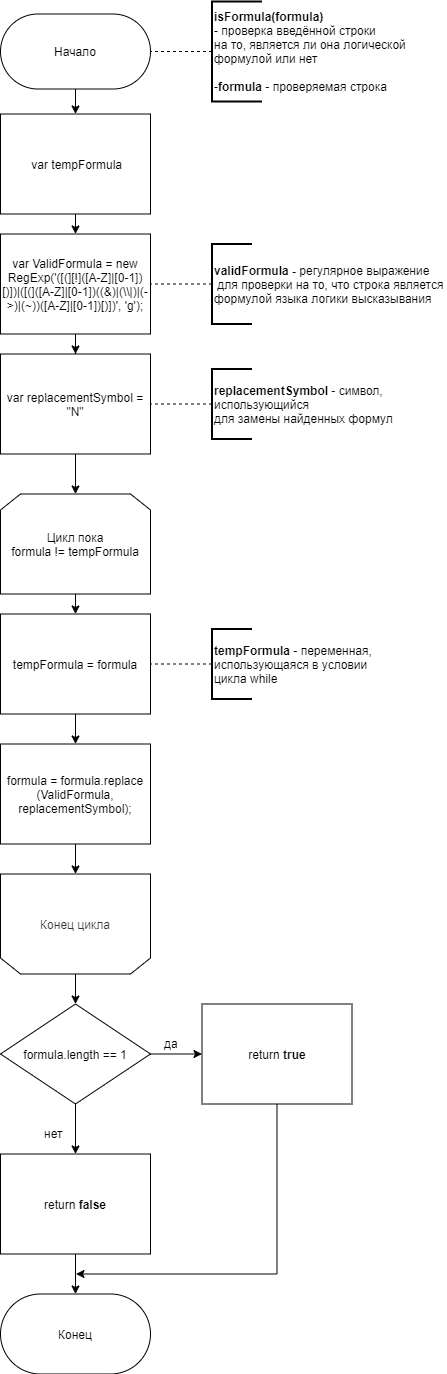
This is LR1/report/isFormula.PNG from Kuzzzya99/LOIS, a draw.io export, as it was before one commit. Source tidied: cells renumbered, new cells last; positions are measured from the earlier drawing's top-left corner, leaving out a move shared by most shapes.
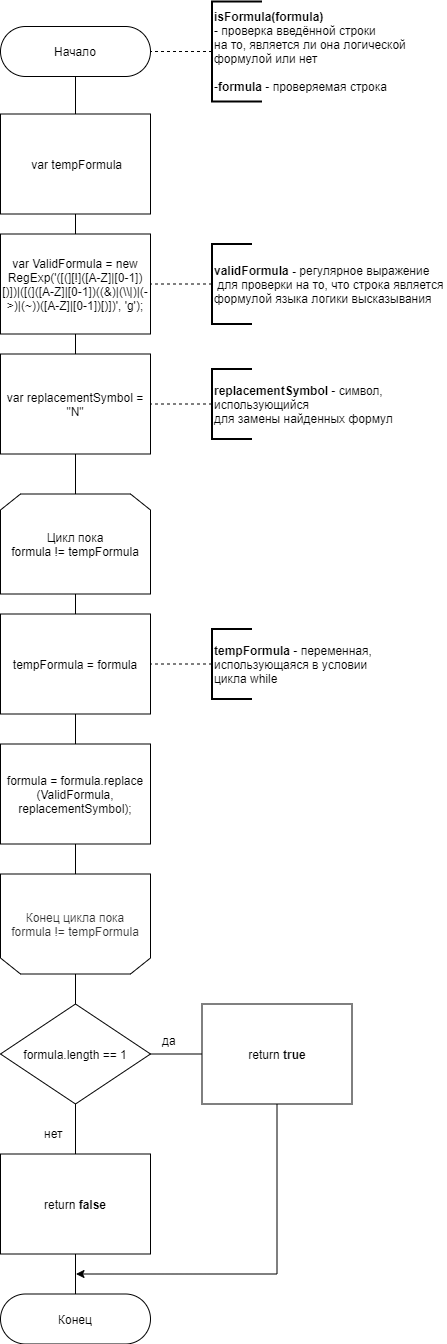
Later version of the same file.

Change to the diagram source:
```diff
@@ -5,7 +5,7 @@
     <mxCell id="2" value="&amp;nbsp;var tempFormula" style="rounded=0;whiteSpace=wrap;html=1;fillColor=#ffffff;" parent="1" vertex="1">
       <mxGeometry y="112.5" width="150" height="100" as="geometry" />
     </mxCell>
-    <mxCell id="3" style="edgeStyle=orthogonalEdgeStyle;rounded=0;jettySize=auto;html=1;endArrow=classic;endFill=1;" parent="1" edge="1" target="7">
+    <mxCell id="3" style="edgeStyle=orthogonalEdgeStyle;rounded=0;jettySize=auto;html=1;endArrow=none;endFill=0;" parent="1" edge="1" target="7">
       <mxGeometry relative="1" as="geometry">
         <mxPoint x="75" y="582.5" as="sourcePoint" />
       </mxGeometry>
@@ -13,10 +13,10 @@
     <mxCell id="4" value="Цикл пока&lt;br&gt;formula != tempFormula&lt;br&gt;" style="shape=loopLimit;whiteSpace=wrap;html=1;" parent="1" vertex="1">
       <mxGeometry y="492.5" width="150" height="100" as="geometry" />
     </mxCell>
-    <mxCell id="5" style="edgeStyle=orthogonalEdgeStyle;rounded=0;jettySize=auto;html=1;" parent="1" edge="1" source="6" target="23">
+    <mxCell id="5" style="edgeStyle=orthogonalEdgeStyle;rounded=0;jettySize=auto;html=1;endArrow=none;endFill=0;" parent="1" edge="1" source="6" target="23">
       <mxGeometry relative="1" as="geometry" />
     </mxCell>
-    <mxCell id="6" value="Конец цикла" style="shape=loopLimit;whiteSpace=wrap;html=1;rotation=0;textOpacity=80;direction=east;flipH=0;flipV=1;" parent="1" vertex="1">
+    <mxCell id="6" value="Конец цикла пока&lt;br&gt;formula != tempFormula" style="shape=loopLimit;whiteSpace=wrap;html=1;rotation=0;textOpacity=80;direction=east;flipH=0;flipV=1;" parent="1" vertex="1">
       <mxGeometry y="872.5" width="150" height="100" as="geometry" />
     </mxCell>
     <mxCell id="7" value="tempFormula = formula" style="rounded=0;whiteSpace=wrap;html=1;" parent="1" vertex="1">
@@ -25,11 +25,11 @@
     <mxCell id="8" value="formula = formula.replace&lt;br&gt;(ValidFormula, replacementSymbol);" style="rounded=0;whiteSpace=wrap;html=1;" parent="1" vertex="1">
       <mxGeometry y="742.5" width="150" height="100" as="geometry" />
     </mxCell>
-    <mxCell id="9" style="edgeStyle=orthogonalEdgeStyle;rounded=0;jettySize=auto;html=1;endArrow=classic;endFill=1;" parent="1" edge="1" source="10" target="2">
+    <mxCell id="9" style="edgeStyle=orthogonalEdgeStyle;rounded=0;jettySize=auto;html=1;endArrow=none;endFill=0;" parent="1" edge="1" source="10" target="2">
       <mxGeometry relative="1" as="geometry" />
     </mxCell>
     <mxCell id="10" value="Начало&lt;br&gt;" style="whiteSpace=wrap;html=1;rounded=1;arcSize=50;align=center;verticalAlign=middle;strokeWidth=1;spacing=4;" parent="1" vertex="1">
-      <mxGeometry y="12.5" width="150" height="75" as="geometry" />
+      <mxGeometry y="25" width="150" height="50" as="geometry" />
     </mxCell>
     <mxCell id="11" style="edgeStyle=orthogonalEdgeStyle;rounded=0;jettySize=auto;html=1;endArrow=none;endFill=0;dashed=1;" parent="1" edge="1" source="12" target="10">
       <mxGeometry relative="1" as="geometry" />
@@ -37,7 +37,7 @@
     <mxCell id="12" value="&lt;div style=&quot;text-align: left&quot;&gt;&lt;b&gt;isFormula(formula)&lt;/b&gt;&lt;/div&gt;&lt;div style=&quot;text-align: left&quot;&gt;- проверка введённой строки&amp;nbsp;&lt;/div&gt;&lt;div style=&quot;text-align: left&quot;&gt;на то,&amp;nbsp;&lt;span&gt;является ли она логической&amp;nbsp;&lt;/span&gt;&lt;/div&gt;&lt;div style=&quot;text-align: left&quot;&gt;&lt;span&gt;формулой&amp;nbsp;&lt;/span&gt;&lt;span&gt;или нет&lt;/span&gt;&lt;/div&gt;&lt;div style=&quot;text-align: left&quot;&gt;&lt;span&gt;&lt;br&gt;&lt;/span&gt;&lt;/div&gt;&lt;div style=&quot;text-align: left&quot;&gt;-&lt;b&gt;formula&lt;/b&gt;&amp;nbsp;- проверяемая строка&lt;/div&gt;" style="strokeWidth=2;html=1;shape=mxgraph.flowchart.annotation_1;align=left;" parent="1" vertex="1">
       <mxGeometry x="211.5" width="50" height="100" as="geometry" />
     </mxCell>
-    <mxCell id="13" style="edgeStyle=orthogonalEdgeStyle;rounded=0;jettySize=auto;html=1;endArrow=classic;endFill=1;" parent="1" edge="1" source="14" target="18">
+    <mxCell id="13" style="edgeStyle=orthogonalEdgeStyle;rounded=0;jettySize=auto;html=1;endArrow=none;endFill=0;" parent="1" edge="1" source="14" target="18">
       <mxGeometry relative="1" as="geometry" />
     </mxCell>
     <mxCell id="14" value="var ValidFormula = new RegExp('([(][!]([A-Z]|[0-1])[)])|([(]([A-Z]|[0-1])((&amp;amp;)|(\\|)|(-&amp;gt;)|(~))([A-Z]|[0-1])[)])', 'g');" style="rounded=0;whiteSpace=wrap;html=1;" parent="1" vertex="1">
@@ -49,7 +49,7 @@
     <mxCell id="16" value="&lt;div style=&quot;text-align: left&quot;&gt;&lt;b&gt;validFormula -&lt;/b&gt;&amp;nbsp;регулярное выражение&lt;/div&gt;&lt;div style=&quot;text-align: left&quot;&gt;&amp;nbsp;для&amp;nbsp;&lt;span&gt;проверки на то,&amp;nbsp;&lt;/span&gt;&lt;span&gt;что строка является&amp;nbsp;&lt;/span&gt;&lt;/div&gt;&lt;div style=&quot;text-align: left&quot;&gt;&lt;span&gt;формулой языка логики высказывания&lt;/span&gt;&lt;/div&gt;" style="strokeWidth=2;html=1;shape=mxgraph.flowchart.annotation_1;align=left;" parent="1" vertex="1">
       <mxGeometry x="211.5" y="242.5" width="40" height="80" as="geometry" />
     </mxCell>
-    <mxCell id="17" style="edgeStyle=orthogonalEdgeStyle;rounded=0;jettySize=auto;html=1;endArrow=classic;endFill=1;" parent="1" edge="1" source="18" target="4">
+    <mxCell id="17" style="edgeStyle=orthogonalEdgeStyle;rounded=0;jettySize=auto;html=1;endArrow=none;endFill=0;" parent="1" edge="1" source="18" target="4">
       <mxGeometry relative="1" as="geometry" />
     </mxCell>
     <mxCell id="18" value="var replacementSymbol = &quot;N&quot;" style="rounded=0;whiteSpace=wrap;html=1;" parent="1" vertex="1">
@@ -61,10 +61,10 @@
     <mxCell id="20" value="&lt;b&gt;replacementSymbol&lt;/b&gt;&amp;nbsp;- символ,&lt;br&gt;использующийся&lt;br&gt;для замены найденных формул&lt;br&gt;" style="strokeWidth=2;html=1;shape=mxgraph.flowchart.annotation_1;align=left;" parent="1" vertex="1">
       <mxGeometry x="211.5" y="367.5" width="40" height="70" as="geometry" />
     </mxCell>
-    <mxCell id="21" style="edgeStyle=orthogonalEdgeStyle;rounded=0;jettySize=auto;html=1;" parent="1" edge="1" source="23" target="30">
+    <mxCell id="21" style="edgeStyle=orthogonalEdgeStyle;rounded=0;jettySize=auto;html=1;endArrow=none;endFill=0;" parent="1" edge="1" source="23" target="30">
       <mxGeometry relative="1" as="geometry" />
     </mxCell>
-    <mxCell id="22" style="edgeStyle=orthogonalEdgeStyle;rounded=0;jettySize=auto;html=1;" parent="1" edge="1" source="23" target="28">
+    <mxCell id="22" style="edgeStyle=orthogonalEdgeStyle;rounded=0;jettySize=auto;html=1;endArrow=none;endFill=0;" parent="1" edge="1" source="23" target="28">
       <mxGeometry relative="1" as="geometry" />
     </mxCell>
     <mxCell id="23" value="formula.length == 1" style="strokeWidth=1;html=1;shape=mxgraph.flowchart.decision;whiteSpace=wrap;" parent="1" vertex="1">
@@ -80,28 +80,28 @@
       <mxGeometry x="211.5" y="627.5" width="40" height="70" as="geometry" />
     </mxCell>
     <mxCell id="27" value="Конец&lt;br&gt;" style="whiteSpace=wrap;html=1;rounded=1;arcSize=50;align=center;verticalAlign=middle;strokeWidth=1;spacing=4;" parent="1" vertex="1">
-      <mxGeometry y="1292.5" width="150" height="80" as="geometry" />
+      <mxGeometry y="1292.5" width="150" height="50" as="geometry" />
     </mxCell>
     <mxCell id="28" value="return &lt;b&gt;true&lt;/b&gt;" style="rounded=0;whiteSpace=wrap;html=1;strokeWidth=1;" parent="1" vertex="1">
       <mxGeometry x="201.5" y="1002.5" width="150" height="100" as="geometry" />
     </mxCell>
-    <mxCell id="29" style="edgeStyle=orthogonalEdgeStyle;rounded=0;jettySize=auto;html=1;" parent="1" edge="1" source="30" target="27">
+    <mxCell id="29" style="edgeStyle=orthogonalEdgeStyle;rounded=0;jettySize=auto;html=1;endArrow=none;endFill=0;" parent="1" edge="1" source="30" target="27">
       <mxGeometry relative="1" as="geometry" />
     </mxCell>
     <mxCell id="30" value="return &lt;b&gt;false&lt;/b&gt;" style="rounded=0;whiteSpace=wrap;html=1;strokeWidth=1;" parent="1" vertex="1">
       <mxGeometry y="1152.5" width="150" height="100" as="geometry" />
     </mxCell>
-    <mxCell id="31" style="endArrow=classic;html=1;entryX=0.5;entryY=0;entryDx=0;entryDy=0;exitX=0.5;exitY=1;exitDx=0;exitDy=0;" parent="1" edge="1" source="2" target="14">
+    <mxCell id="31" style="endArrow=none;html=1;entryX=0.5;entryY=0;entryDx=0;entryDy=0;exitX=0.5;exitY=1;exitDx=0;exitDy=0;endFill=0;" parent="1" edge="1" source="2" target="14">
       <mxGeometry relative="1" as="geometry" />
     </mxCell>
-    <mxCell id="32" style="endArrow=classic;html=1;entryX=0.5;entryY=0;entryDx=0;entryDy=0;exitX=0.5;exitY=1;exitDx=0;exitDy=0;" parent="1" edge="1" source="7" target="8">
+    <mxCell id="32" style="endArrow=none;html=1;entryX=0.5;entryY=0;entryDx=0;entryDy=0;exitX=0.5;exitY=1;exitDx=0;exitDy=0;endFill=0;" parent="1" edge="1" source="7" target="8">
       <mxGeometry relative="1" as="geometry" />
     </mxCell>
-    <mxCell id="33" style="endArrow=classic;html=1;exitX=0.5;exitY=1;exitDx=0;exitDy=0;" parent="1" edge="1" source="8" target="6">
+    <mxCell id="33" style="endArrow=none;html=1;exitX=0.5;exitY=1;exitDx=0;exitDy=0;endFill=0;" parent="1" edge="1" source="8" target="6">
       <mxGeometry relative="1" as="geometry" />
     </mxCell>
     <mxCell id="34" value="да&lt;br&gt;" style="text;html=1;align=left;verticalAlign=top;spacingTop=-4;" parent="1" vertex="1">
-      <mxGeometry x="161.5" y="1032.5" width="30" height="20" as="geometry" />
+      <mxGeometry x="160" y="1030" width="30" height="20" as="geometry" />
     </mxCell>
     <mxCell id="35" style="edgeStyle=orthogonalEdgeStyle;rounded=0;jettySize=auto;html=1;exitX=0.5;exitY=1;exitDx=0;exitDy=0;" parent="1" edge="1" source="28">
       <mxGeometry relative="1" as="geometry">
```
